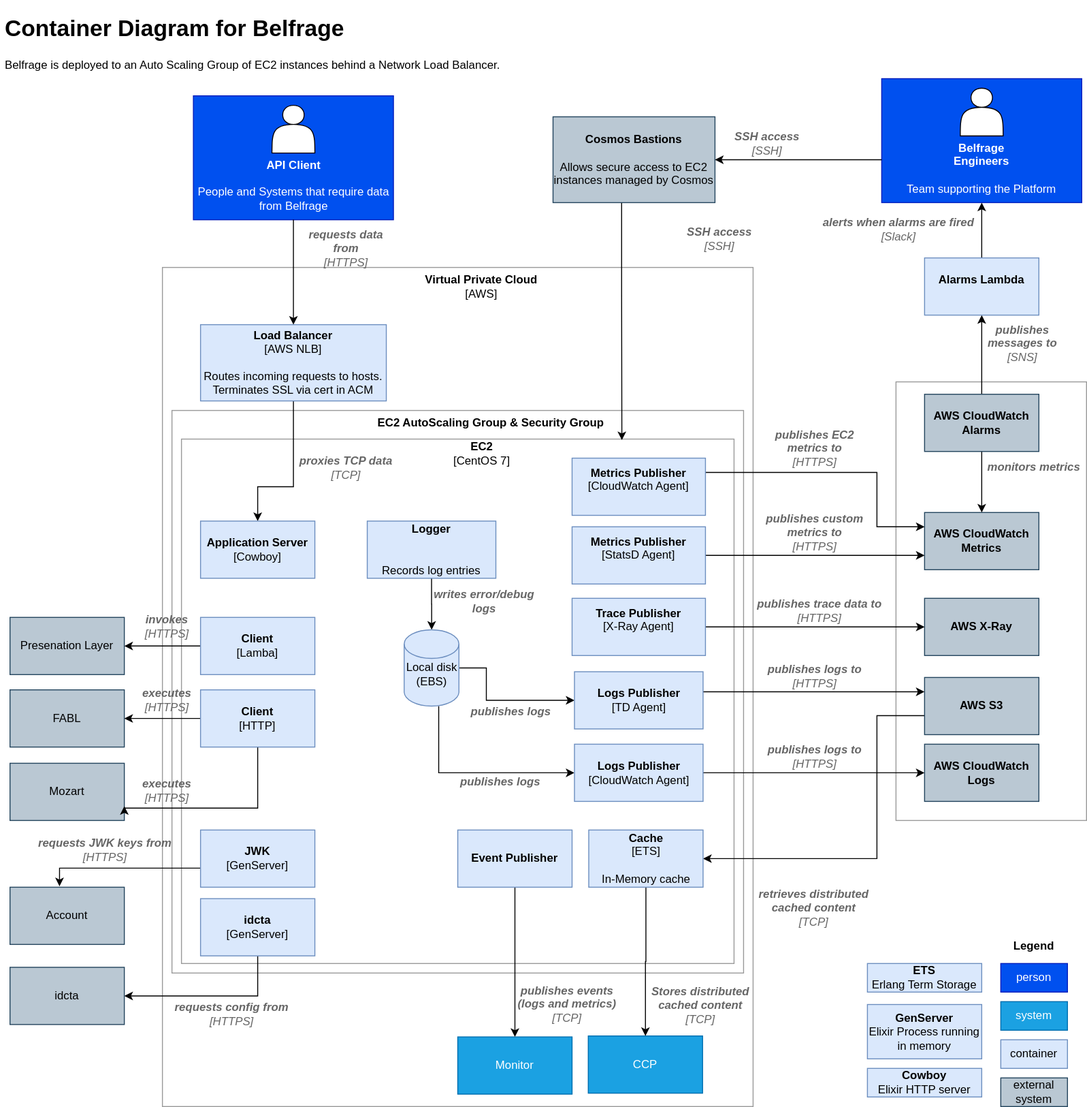
Before: docs/img/architecture/c4-level-2.svg, a diagram exported from draw.io (tracy-o/learning-day). Source tidied: cells renumbered, new cells last; positions are measured from the earlier drawing's top-left corner, leaving out a move shared by most shapes.
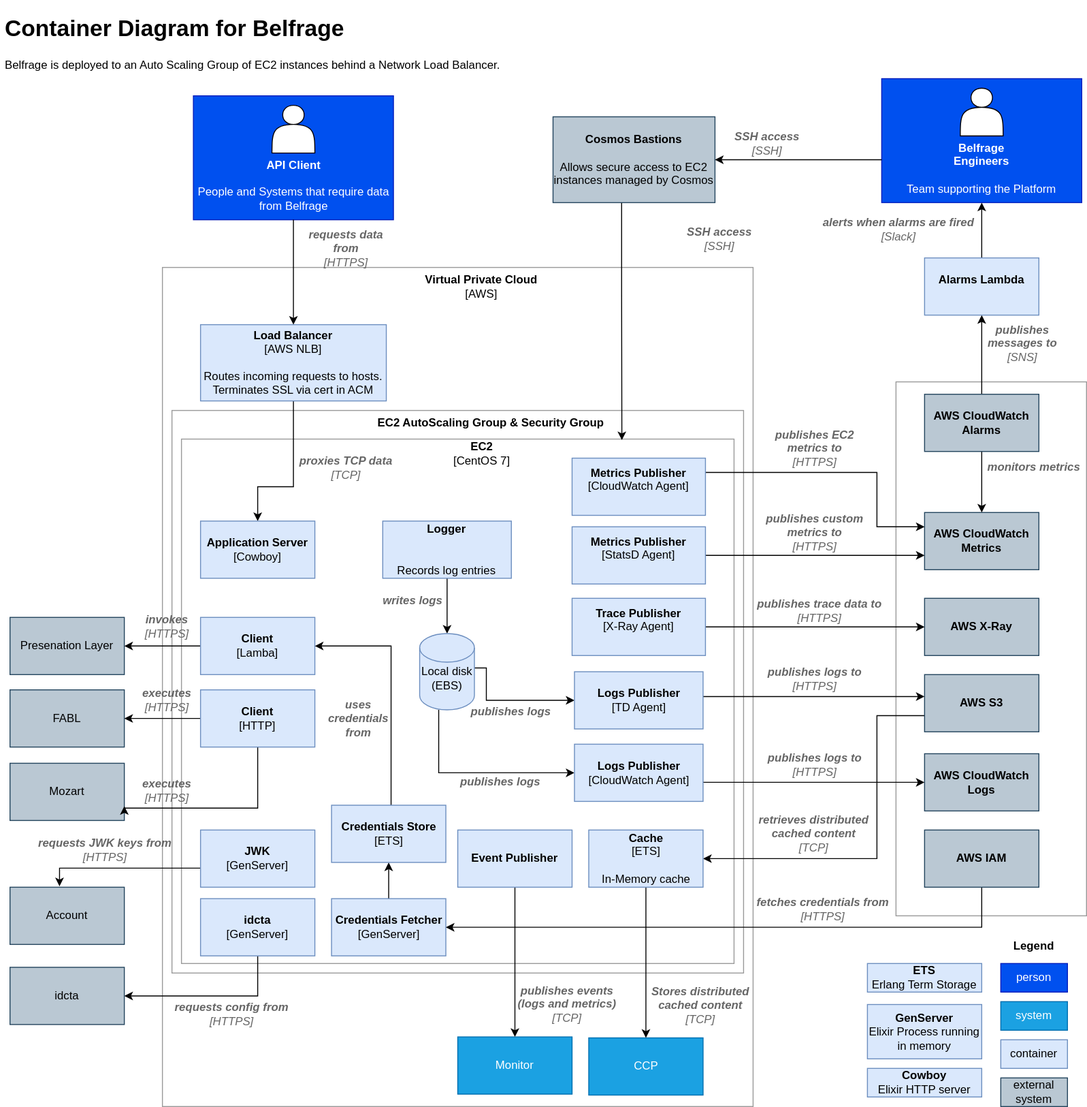
After the commit.

Commit message:
Add the Credentials fetcher to level2

The edit, as a diff of the source:
```diff
@@ -29,16 +29,16 @@
       <mxGeometry relative="1" as="geometry" />
     </mxCell>
     <mxCell id="9" value="&lt;b&gt;Logger&lt;/b&gt;&lt;br&gt;&lt;br&gt;&lt;br&gt;Records log entries" style="rounded=0;whiteSpace=wrap;html=1;fillColor=#dae8fc;strokeColor=#6c8ebf;" parent="1" vertex="1">
-      <mxGeometry x="385" y="536" width="135" height="60" as="geometry" />
+      <mxGeometry x="401.2" y="536" width="135" height="60" as="geometry" />
     </mxCell>
     <mxCell id="10" style="rounded=0;whiteSpace=wrap;html=1;fillColor=none;strokeColor=#999999;" parent="1" vertex="1">
-      <mxGeometry x="940" y="390" width="200" height="460" as="geometry" />
+      <mxGeometry x="940" y="390" width="200" height="560" as="geometry" />
     </mxCell>
     <mxCell id="11" value="&lt;b&gt;AWS X-Ray&lt;/b&gt;" style="rounded=0;whiteSpace=wrap;html=1;fillColor=#bac8d3;strokeColor=#23445d;" parent="1" vertex="1">
       <mxGeometry x="970" y="617" width="120" height="60" as="geometry" />
     </mxCell>
     <mxCell id="12" value="&lt;b&gt;AWS CloudWatch Logs&lt;/b&gt;" style="rounded=0;whiteSpace=wrap;html=1;fillColor=#bac8d3;strokeColor=#23445d;" parent="1" vertex="1">
-      <mxGeometry x="970" y="770" width="120" height="60" as="geometry" />
+      <mxGeometry x="970" y="780" width="120" height="60" as="geometry" />
     </mxCell>
     <mxCell id="13" value="&lt;b&gt;AWS CloudWatch Metrics&lt;/b&gt;" style="rounded=0;whiteSpace=wrap;html=1;fillColor=#bac8d3;strokeColor=#23445d;" parent="1" vertex="1">
       <mxGeometry x="970" y="527" width="120" height="60" as="geometry" />
@@ -74,7 +74,7 @@
       </mxGeometry>
     </mxCell>
     <mxCell id="21" value="&lt;br&gt;Local disk&lt;br&gt;(EBS)" style="shape=cylinder2;whiteSpace=wrap;html=1;boundedLbl=1;backgroundOutline=1;size=15;fillColor=#dae8fc;strokeColor=#6c8ebf;" parent="1" vertex="1">
-      <mxGeometry x="423.8" y="650" width="57.5" height="80" as="geometry" />
+      <mxGeometry x="440" y="654" width="57.5" height="80" as="geometry" />
     </mxCell>
     <mxCell id="22" value="&lt;b&gt;Application Server&lt;/b&gt;&lt;br&gt;[Cowboy]" style="rounded=0;whiteSpace=wrap;html=1;fillColor=#dae8fc;strokeColor=#6c8ebf;" parent="1" vertex="1">
       <mxGeometry x="210" y="536" width="120" height="60" as="geometry" />
@@ -100,7 +100,12 @@
       <mxGeometry x="600" y="617" width="140" height="60" as="geometry" />
     </mxCell>
     <mxCell id="28" style="edgeStyle=orthogonalEdgeStyle;rounded=0;jettySize=auto;html=1;" parent="1" edge="1" source="29" target="12">
-      <mxGeometry relative="1" as="geometry" />
+      <mxGeometry relative="1" as="geometry">
+        <Array as="points">
+          <mxPoint x="800" y="810" />
+          <mxPoint x="800" y="810" />
+        </Array>
+      </mxGeometry>
     </mxCell>
     <mxCell id="29" value="&lt;b&gt;Logs Publisher&lt;/b&gt;&lt;br&gt;[CloudWatch Agent]&lt;br&gt;" style="rounded=0;whiteSpace=wrap;html=1;fillColor=#dae8fc;strokeColor=#6c8ebf;" parent="1" vertex="1">
       <mxGeometry x="602.5" y="770" width="135" height="60" as="geometry" />
@@ -114,13 +119,13 @@
       </mxGeometry>
     </mxCell>
     <mxCell id="31" value="&lt;b&gt;AWS S3&lt;/b&gt;" style="rounded=0;whiteSpace=wrap;html=1;fillColor=#bac8d3;strokeColor=#23445d;" parent="1" vertex="1">
-      <mxGeometry x="970" y="700" width="120" height="60" as="geometry" />
+      <mxGeometry x="970" y="697" width="120" height="60" as="geometry" />
     </mxCell>
-    <mxCell id="32" style="edgeStyle=orthogonalEdgeStyle;rounded=0;jettySize=auto;html=1;entryX=0;entryY=0.25;entryDx=0;entryDy=0;" parent="1" edge="1" source="33" target="31">
+    <mxCell id="32" style="edgeStyle=orthogonalEdgeStyle;rounded=0;jettySize=auto;html=1;" parent="1" edge="1" source="33" target="31">
       <mxGeometry relative="1" as="geometry">
         <Array as="points">
-          <mxPoint x="800" y="715" />
-          <mxPoint x="800" y="715" />
+          <mxPoint x="800" y="720" />
+          <mxPoint x="800" y="720" />
         </Array>
       </mxGeometry>
     </mxCell>
@@ -158,7 +163,7 @@
       <mxGeometry x="308" y="470" width="110" height="20" as="geometry" />
     </mxCell>
     <mxCell id="44" value="&lt;i&gt;&lt;font color=&quot;#666666&quot;&gt;&lt;b&gt;retrieves distributed cached content&lt;/b&gt;&lt;br&gt;[TCP]&lt;/font&gt;&lt;/i&gt;" style="text;html=1;strokeColor=none;fillColor=none;align=center;verticalAlign=middle;whiteSpace=wrap;rounded=0;" parent="1" vertex="1">
-      <mxGeometry x="778" y="932" width="152" height="20" as="geometry" />
+      <mxGeometry x="778" y="854" width="152" height="20" as="geometry" />
     </mxCell>
     <mxCell id="45" value="Presenation Layer" style="rounded=0;whiteSpace=wrap;html=1;fillColor=#bac8d3;strokeColor=#23445d;" parent="1" vertex="1">
       <mxGeometry x="10" y="637" width="120" height="60" as="geometry" />
@@ -197,14 +202,14 @@
     <mxCell id="55" value="&lt;i&gt;&lt;font color=&quot;#666666&quot;&gt;&lt;b&gt;executes&lt;/b&gt;&lt;br&gt;[HTTPS]&lt;/font&gt;&lt;/i&gt;" style="text;html=1;strokeColor=none;fillColor=none;align=center;verticalAlign=middle;whiteSpace=wrap;rounded=0;" parent="1" vertex="1">
       <mxGeometry x="120" y="809" width="110" height="20" as="geometry" />
     </mxCell>
-    <mxCell id="56" value="&lt;i&gt;&lt;font color=&quot;#666666&quot;&gt;&lt;b&gt;writes error/debug logs&lt;/b&gt;&lt;/font&gt;&lt;/i&gt;" style="text;html=1;strokeColor=none;fillColor=none;align=center;verticalAlign=middle;whiteSpace=wrap;rounded=0;" parent="1" vertex="1">
-      <mxGeometry x="453" y="610" width="110" height="20" as="geometry" />
+    <mxCell id="56" value="&lt;i&gt;&lt;font color=&quot;#666666&quot;&gt;&lt;b&gt;writes logs&lt;/b&gt;&lt;/font&gt;&lt;/i&gt;" style="text;html=1;strokeColor=none;fillColor=none;align=center;verticalAlign=middle;whiteSpace=wrap;rounded=0;" parent="1" vertex="1">
+      <mxGeometry x="378" y="610" width="110" height="20" as="geometry" />
     </mxCell>
     <mxCell id="57" value="&lt;i&gt;&lt;font color=&quot;#666666&quot;&gt;&lt;b&gt;publishes logs to&lt;/b&gt;&lt;br&gt;[HTTPS]&lt;br&gt;&lt;/font&gt;&lt;/i&gt;" style="text;html=1;strokeColor=none;fillColor=none;align=center;verticalAlign=middle;whiteSpace=wrap;rounded=0;" parent="1" vertex="1">
-      <mxGeometry x="800" y="773" width="110" height="20" as="geometry" />
+      <mxGeometry x="800" y="782" width="110" height="20" as="geometry" />
     </mxCell>
     <mxCell id="58" value="&lt;i&gt;&lt;font color=&quot;#666666&quot;&gt;&lt;b&gt;publishes logs to&lt;/b&gt;&lt;br&gt;[HTTPS]&lt;br&gt;&lt;/font&gt;&lt;/i&gt;" style="text;html=1;strokeColor=none;fillColor=none;align=center;verticalAlign=middle;whiteSpace=wrap;rounded=0;" parent="1" vertex="1">
-      <mxGeometry x="800" y="689" width="110" height="20" as="geometry" />
+      <mxGeometry x="800" y="692" width="110" height="20" as="geometry" />
     </mxCell>
     <mxCell id="59" value="&lt;i&gt;&lt;font color=&quot;#666666&quot;&gt;&lt;b&gt;publishes trace data to&lt;/b&gt;&lt;br&gt;[HTTPS]&lt;br&gt;&lt;/font&gt;&lt;/i&gt;" style="text;html=1;strokeColor=none;fillColor=none;align=center;verticalAlign=middle;whiteSpace=wrap;rounded=0;" parent="1" vertex="1">
       <mxGeometry x="790" y="620" width="140" height="20" as="geometry" />
@@ -293,7 +298,7 @@
       <mxGeometry x="480" y="1077" width="120" height="60" as="geometry" />
     </mxCell>
     <mxCell id="83" value="CCP" style="rounded=0;whiteSpace=wrap;html=1;fillColor=#1ba1e2;strokeColor=#006EAF;fontColor=#ffffff;" parent="1" vertex="1">
-      <mxGeometry x="617" y="1076" width="120" height="60" as="geometry" />
+      <mxGeometry x="617.5" y="1078" width="120" height="60" as="geometry" />
     </mxCell>
     <mxCell id="84" style="edgeStyle=orthogonalEdgeStyle;rounded=0;jettySize=auto;html=1;" parent="1" edge="1" source="85" target="82">
       <mxGeometry relative="1" as="geometry" />
@@ -344,5 +349,37 @@
     <mxCell id="98" value="&lt;b&gt;Legend&lt;/b&gt;" style="text;html=1;strokeColor=none;fillColor=none;align=center;verticalAlign=middle;whiteSpace=wrap;rounded=0;" parent="1" vertex="1">
       <mxGeometry x="1050" y="972" width="70" height="20" as="geometry" />
     </mxCell>
+    <mxCell id="99" style="edgeStyle=orthogonalEdgeStyle;rounded=0;jettySize=auto;html=1;entryX=0.5;entryY=1;entryDx=0;entryDy=0;" parent="1" edge="1" source="100" target="102">
+      <mxGeometry relative="1" as="geometry" />
+    </mxCell>
+    <mxCell id="100" value="&lt;b&gt;Credentials Fetcher&lt;/b&gt;&lt;br&gt;[GenServer]" style="rounded=0;whiteSpace=wrap;html=1;fillColor=#dae8fc;strokeColor=#6c8ebf;" parent="1" vertex="1">
+      <mxGeometry x="347.5" y="932" width="120" height="60" as="geometry" />
+    </mxCell>
+    <mxCell id="101" style="edgeStyle=orthogonalEdgeStyle;rounded=0;jettySize=auto;html=1;entryX=1;entryY=0.5;entryDx=0;entryDy=0;" parent="1" edge="1" source="102" target="49">
+      <mxGeometry relative="1" as="geometry">
+        <Array as="points">
+          <mxPoint x="410" y="667" />
+        </Array>
+      </mxGeometry>
+    </mxCell>
+    <mxCell id="102" value="&lt;b&gt;Credentials Store&lt;/b&gt;&lt;br&gt;[ETS]" style="rounded=0;whiteSpace=wrap;html=1;fillColor=#dae8fc;strokeColor=#6c8ebf;" parent="1" vertex="1">
+      <mxGeometry x="347.5" y="834" width="120" height="60" as="geometry" />
+    </mxCell>
+    <mxCell id="103" style="edgeStyle=orthogonalEdgeStyle;rounded=0;jettySize=auto;html=1;entryX=1;entryY=0.75;entryDx=0;entryDy=0;" parent="1" edge="1" source="104" target="100">
+      <mxGeometry relative="1" as="geometry">
+        <Array as="points">
+          <mxPoint x="1030" y="962" />
+        </Array>
+      </mxGeometry>
+    </mxCell>
+    <mxCell id="104" value="&lt;b&gt;AWS IAM&lt;/b&gt;" style="rounded=0;whiteSpace=wrap;html=1;fillColor=#bac8d3;strokeColor=#23445d;" parent="1" vertex="1">
+      <mxGeometry x="970" y="860" width="120" height="60" as="geometry" />
+    </mxCell>
+    <mxCell id="105" value="&lt;i&gt;&lt;font color=&quot;#666666&quot;&gt;&lt;b&gt;fetches credentials from&lt;br&gt;&lt;/b&gt;[HTTPS]&lt;/font&gt;&lt;/i&gt;" style="text;html=1;strokeColor=none;fillColor=none;align=center;verticalAlign=middle;whiteSpace=wrap;rounded=0;" parent="1" vertex="1">
+      <mxGeometry x="790" y="933" width="147" height="20" as="geometry" />
+    </mxCell>
+    <mxCell id="106" value="&lt;i&gt;&lt;font color=&quot;#666666&quot;&gt;&lt;b&gt;uses credentials from&lt;/b&gt;&lt;/font&gt;&lt;/i&gt;" style="text;html=1;strokeColor=none;fillColor=none;align=center;verticalAlign=middle;whiteSpace=wrap;rounded=0;" parent="1" vertex="1">
+      <mxGeometry x="336" y="728" width="80" height="30" as="geometry" />
+    </mxCell>
   </root>
 </mxGraphModel>
```
